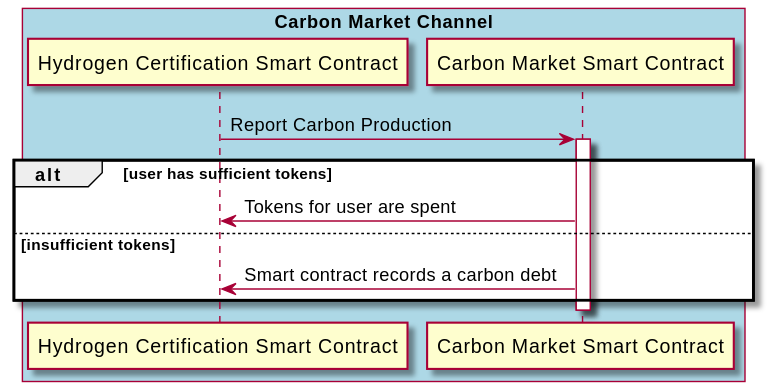
Above: diagrams/out/chain/chain.svg in oscargolding/Carboncoin-ESG (PlantUML), before the change. The source it was exported from:
```plantuml
@startuml chain

box "Carbon Market Channel" #LightBlue
participant "Hydrogen Certification Smart Contract" as HC
participant "Carbon Market Smart Contract" as CM
end box

HC -> CM: Report Carbon Production
activate CM

alt user has sufficient tokens

    CM -> HC: Tokens for user are spent

else insufficient tokens

    CM -> HC: Smart contract records a carbon debt
end

deactivate CM

@enduml
```
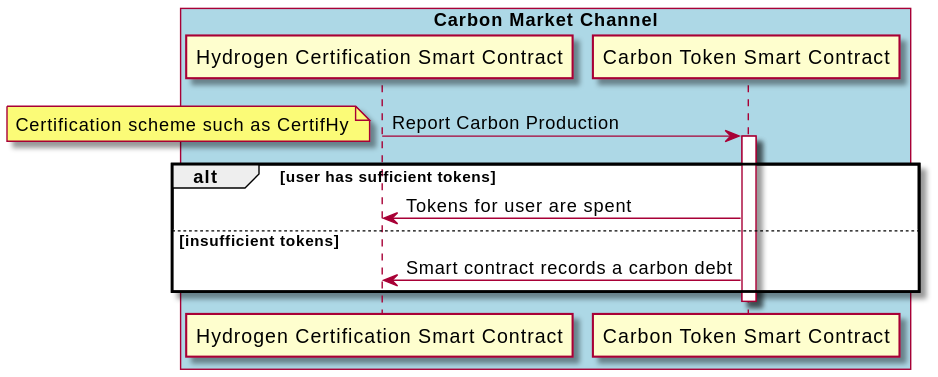
After the commit.

The edit, as a diff of the source:
```diff
@@ -2,11 +2,12 @@
 
 box "Carbon Market Channel" #LightBlue
 participant "Hydrogen Certification Smart Contract" as HC
-participant "Carbon Market Smart Contract" as CM
+participant "Carbon Token Smart Contract" as CM
 end box
 
 HC -> CM: Report Carbon Production
 activate CM
+note left: Certification scheme such as CertifHy
 
 alt user has sufficient tokens
 
```
